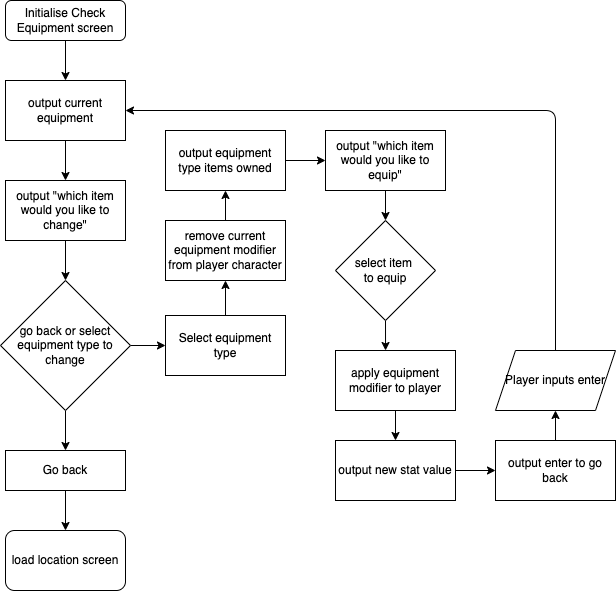
This is Assignment Documents/Flowgrams/AttachableItems.png from AshfordGraye/ProjectRPG, a draw.io export, as it was before one commit. Source tidied: cells renumbered, new cells last; positions are measured from the earlier drawing's top-left corner, leaving out a move shared by most shapes. Its diagram source:
```xml
<mxGraphModel>
  <root>
    <mxCell id="0" />
    <mxCell id="1" parent="0" />
    <mxCell id="2" style="edgeStyle=none;html=1;exitX=0.5;exitY=1;exitDx=0;exitDy=0;entryX=0.5;entryY=0;entryDx=0;entryDy=0;" parent="1" edge="1" source="3" target="5">
      <mxGeometry relative="1" as="geometry" />
    </mxCell>
    <mxCell id="3" value="Initialise Check Equipment screen" style="rounded=1;whiteSpace=wrap;html=1;" parent="1" vertex="1">
      <mxGeometry x="5" width="120" height="40" as="geometry" />
    </mxCell>
    <mxCell id="4" style="edgeStyle=none;html=1;exitX=0.5;exitY=1;exitDx=0;exitDy=0;entryX=0.5;entryY=0;entryDx=0;entryDy=0;" parent="1" edge="1" source="5" target="17">
      <mxGeometry relative="1" as="geometry" />
    </mxCell>
    <mxCell id="5" value="output current equipment" style="rounded=0;whiteSpace=wrap;html=1;" parent="1" vertex="1">
      <mxGeometry x="5" y="80" width="120" height="60" as="geometry" />
    </mxCell>
    <mxCell id="6" style="edgeStyle=none;html=1;exitX=0.5;exitY=1;exitDx=0;exitDy=0;entryX=0.5;entryY=0;entryDx=0;entryDy=0;" parent="1" edge="1" source="8" target="10">
      <mxGeometry relative="1" as="geometry" />
    </mxCell>
    <mxCell id="7" style="edgeStyle=none;html=1;exitX=1;exitY=0.5;exitDx=0;exitDy=0;entryX=0;entryY=0.5;entryDx=0;entryDy=0;" parent="1" edge="1" source="8" target="13">
      <mxGeometry relative="1" as="geometry" />
    </mxCell>
    <mxCell id="8" value="go back or select&lt;br&gt;equipment type to&lt;br&gt;change" style="rhombus;whiteSpace=wrap;html=1;" parent="1" vertex="1">
      <mxGeometry y="280" width="130" height="130" as="geometry" />
    </mxCell>
    <mxCell id="9" style="edgeStyle=none;html=1;exitX=0.5;exitY=1;exitDx=0;exitDy=0;entryX=0.5;entryY=0;entryDx=0;entryDy=0;" parent="1" edge="1" source="10" target="11">
      <mxGeometry relative="1" as="geometry" />
    </mxCell>
    <mxCell id="10" value="Go back" style="rounded=0;whiteSpace=wrap;html=1;" parent="1" vertex="1">
      <mxGeometry x="5" y="450" width="120" height="40" as="geometry" />
    </mxCell>
    <mxCell id="11" value="load location screen" style="rounded=1;whiteSpace=wrap;html=1;" parent="1" vertex="1">
      <mxGeometry x="5" y="530" width="120" height="60" as="geometry" />
    </mxCell>
    <mxCell id="12" style="edgeStyle=none;html=1;exitX=0.5;exitY=0;exitDx=0;exitDy=0;entryX=0.5;entryY=1;entryDx=0;entryDy=0;" parent="1" edge="1" source="13" target="19">
      <mxGeometry relative="1" as="geometry" />
    </mxCell>
    <mxCell id="13" value="Select equipment type" style="rounded=0;whiteSpace=wrap;html=1;" parent="1" vertex="1">
      <mxGeometry x="165" y="315" width="120" height="60" as="geometry" />
    </mxCell>
    <mxCell id="14" style="edgeStyle=none;html=1;exitX=1;exitY=0.5;exitDx=0;exitDy=0;entryX=0;entryY=0.5;entryDx=0;entryDy=0;" parent="1" edge="1" source="15" target="21">
      <mxGeometry relative="1" as="geometry" />
    </mxCell>
    <mxCell id="15" value="output equipment type items owned" style="rounded=0;whiteSpace=wrap;html=1;" parent="1" vertex="1">
      <mxGeometry x="165" y="130" width="120" height="60" as="geometry" />
    </mxCell>
    <mxCell id="16" style="edgeStyle=none;html=1;exitX=0.5;exitY=1;exitDx=0;exitDy=0;entryX=0.5;entryY=0;entryDx=0;entryDy=0;" parent="1" edge="1" source="17" target="8">
      <mxGeometry relative="1" as="geometry" />
    </mxCell>
    <mxCell id="17" value="output &quot;which item would you like to change&quot;" style="rounded=0;whiteSpace=wrap;html=1;" parent="1" vertex="1">
      <mxGeometry x="5" y="180" width="120" height="60" as="geometry" />
    </mxCell>
    <mxCell id="18" style="edgeStyle=none;html=1;exitX=0.5;exitY=0;exitDx=0;exitDy=0;entryX=0.5;entryY=1;entryDx=0;entryDy=0;" parent="1" edge="1" source="19" target="15">
      <mxGeometry relative="1" as="geometry" />
    </mxCell>
    <mxCell id="19" value="remove current equipment modifier from player character" style="rounded=0;whiteSpace=wrap;html=1;" parent="1" vertex="1">
      <mxGeometry x="165" y="220" width="120" height="60" as="geometry" />
    </mxCell>
    <mxCell id="20" style="edgeStyle=none;html=1;exitX=0.5;exitY=1;exitDx=0;exitDy=0;entryX=0.5;entryY=0;entryDx=0;entryDy=0;" parent="1" edge="1" source="21" target="23">
      <mxGeometry relative="1" as="geometry" />
    </mxCell>
    <mxCell id="21" value="output &quot;which item would you like to equip&quot;" style="rounded=0;whiteSpace=wrap;html=1;" parent="1" vertex="1">
      <mxGeometry x="325" y="130" width="120" height="60" as="geometry" />
    </mxCell>
    <mxCell id="22" style="edgeStyle=none;html=1;exitX=0.5;exitY=1;exitDx=0;exitDy=0;entryX=0.417;entryY=0;entryDx=0;entryDy=0;entryPerimeter=0;" parent="1" edge="1" source="23" target="25">
      <mxGeometry relative="1" as="geometry" />
    </mxCell>
    <mxCell id="23" value="select item &lt;br&gt;to equip" style="rhombus;whiteSpace=wrap;html=1;" parent="1" vertex="1">
      <mxGeometry x="335" y="220" width="100" height="100" as="geometry" />
    </mxCell>
    <mxCell id="24" style="edgeStyle=none;html=1;" parent="1" edge="1" source="25" target="27">
      <mxGeometry relative="1" as="geometry" />
    </mxCell>
    <mxCell id="25" value="apply equipment modifier to player" style="rounded=0;whiteSpace=wrap;html=1;" parent="1" vertex="1">
      <mxGeometry x="335" y="350" width="120" height="60" as="geometry" />
    </mxCell>
    <mxCell id="26" style="edgeStyle=none;html=1;" parent="1" edge="1" source="27" target="29">
      <mxGeometry relative="1" as="geometry" />
    </mxCell>
    <mxCell id="27" value="output new stat value" style="rounded=0;whiteSpace=wrap;html=1;" parent="1" vertex="1">
      <mxGeometry x="335" y="440" width="120" height="60" as="geometry" />
    </mxCell>
    <mxCell id="28" style="edgeStyle=none;html=1;" parent="1" edge="1" source="29" target="31">
      <mxGeometry relative="1" as="geometry" />
    </mxCell>
    <mxCell id="29" value="output enter to go back" style="rounded=0;whiteSpace=wrap;html=1;" parent="1" vertex="1">
      <mxGeometry x="495" y="440" width="120" height="60" as="geometry" />
    </mxCell>
    <mxCell id="30" style="edgeStyle=none;html=1;exitX=0.5;exitY=0;exitDx=0;exitDy=0;entryX=1;entryY=0.5;entryDx=0;entryDy=0;" parent="1" edge="1" source="31" target="5">
      <mxGeometry relative="1" as="geometry">
        <Array as="points">
          <mxPoint x="555" y="110" />
        </Array>
      </mxGeometry>
    </mxCell>
    <mxCell id="31" value="Player inputs enter" style="shape=parallelogram;perimeter=parallelogramPerimeter;whiteSpace=wrap;html=1;fixedSize=1;" parent="1" vertex="1">
      <mxGeometry x="495" y="350" width="120" height="60" as="geometry" />
    </mxCell>
  </root>
</mxGraphModel>
```
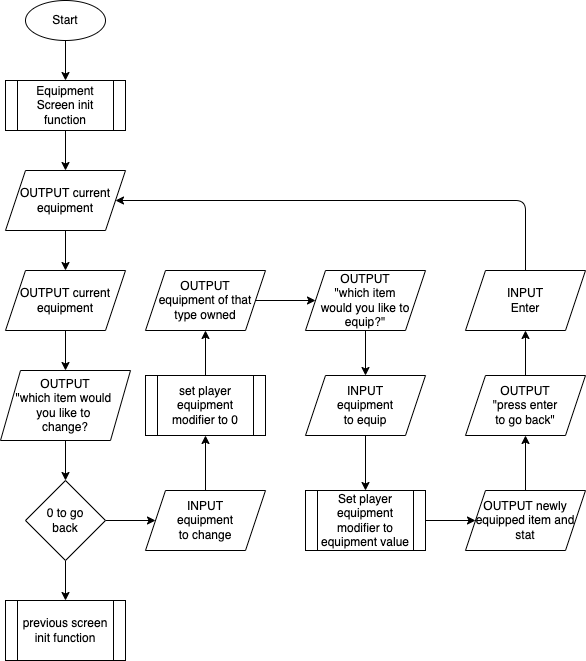
The same file after the commit.

Commit message:
Battle System and attachable item flowcharts complete

The edit, as a diff of the source:
```diff
@@ -2,99 +2,105 @@
   <root>
     <mxCell id="0" />
     <mxCell id="1" parent="0" />
-    <mxCell id="2" style="edgeStyle=none;html=1;exitX=0.5;exitY=1;exitDx=0;exitDy=0;entryX=0.5;entryY=0;entryDx=0;entryDy=0;" parent="1" edge="1" source="3" target="5">
-      <mxGeometry relative="1" as="geometry" />
-    </mxCell>
-    <mxCell id="3" value="Initialise Check Equipment screen" style="rounded=1;whiteSpace=wrap;html=1;" parent="1" vertex="1">
-      <mxGeometry x="5" width="120" height="40" as="geometry" />
-    </mxCell>
-    <mxCell id="4" style="edgeStyle=none;html=1;exitX=0.5;exitY=1;exitDx=0;exitDy=0;entryX=0.5;entryY=0;entryDx=0;entryDy=0;" parent="1" edge="1" source="5" target="17">
-      <mxGeometry relative="1" as="geometry" />
-    </mxCell>
-    <mxCell id="5" value="output current equipment" style="rounded=0;whiteSpace=wrap;html=1;" parent="1" vertex="1">
-      <mxGeometry x="5" y="80" width="120" height="60" as="geometry" />
-    </mxCell>
-    <mxCell id="6" style="edgeStyle=none;html=1;exitX=0.5;exitY=1;exitDx=0;exitDy=0;entryX=0.5;entryY=0;entryDx=0;entryDy=0;" parent="1" edge="1" source="8" target="10">
-      <mxGeometry relative="1" as="geometry" />
-    </mxCell>
-    <mxCell id="7" style="edgeStyle=none;html=1;exitX=1;exitY=0.5;exitDx=0;exitDy=0;entryX=0;entryY=0.5;entryDx=0;entryDy=0;" parent="1" edge="1" source="8" target="13">
-      <mxGeometry relative="1" as="geometry" />
-    </mxCell>
-    <mxCell id="8" value="go back or select&lt;br&gt;equipment type to&lt;br&gt;change" style="rhombus;whiteSpace=wrap;html=1;" parent="1" vertex="1">
-      <mxGeometry y="280" width="130" height="130" as="geometry" />
-    </mxCell>
-    <mxCell id="9" style="edgeStyle=none;html=1;exitX=0.5;exitY=1;exitDx=0;exitDy=0;entryX=0.5;entryY=0;entryDx=0;entryDy=0;" parent="1" edge="1" source="10" target="11">
-      <mxGeometry relative="1" as="geometry" />
-    </mxCell>
-    <mxCell id="10" value="Go back" style="rounded=0;whiteSpace=wrap;html=1;" parent="1" vertex="1">
-      <mxGeometry x="5" y="450" width="120" height="40" as="geometry" />
-    </mxCell>
-    <mxCell id="11" value="load location screen" style="rounded=1;whiteSpace=wrap;html=1;" parent="1" vertex="1">
-      <mxGeometry x="5" y="530" width="120" height="60" as="geometry" />
-    </mxCell>
-    <mxCell id="12" style="edgeStyle=none;html=1;exitX=0.5;exitY=0;exitDx=0;exitDy=0;entryX=0.5;entryY=1;entryDx=0;entryDy=0;" parent="1" edge="1" source="13" target="19">
-      <mxGeometry relative="1" as="geometry" />
-    </mxCell>
-    <mxCell id="13" value="Select equipment type" style="rounded=0;whiteSpace=wrap;html=1;" parent="1" vertex="1">
-      <mxGeometry x="165" y="315" width="120" height="60" as="geometry" />
-    </mxCell>
-    <mxCell id="14" style="edgeStyle=none;html=1;exitX=1;exitY=0.5;exitDx=0;exitDy=0;entryX=0;entryY=0.5;entryDx=0;entryDy=0;" parent="1" edge="1" source="15" target="21">
-      <mxGeometry relative="1" as="geometry" />
-    </mxCell>
-    <mxCell id="15" value="output equipment type items owned" style="rounded=0;whiteSpace=wrap;html=1;" parent="1" vertex="1">
-      <mxGeometry x="165" y="130" width="120" height="60" as="geometry" />
-    </mxCell>
-    <mxCell id="16" style="edgeStyle=none;html=1;exitX=0.5;exitY=1;exitDx=0;exitDy=0;entryX=0.5;entryY=0;entryDx=0;entryDy=0;" parent="1" edge="1" source="17" target="8">
-      <mxGeometry relative="1" as="geometry" />
-    </mxCell>
-    <mxCell id="17" value="output &quot;which item would you like to change&quot;" style="rounded=0;whiteSpace=wrap;html=1;" parent="1" vertex="1">
-      <mxGeometry x="5" y="180" width="120" height="60" as="geometry" />
-    </mxCell>
-    <mxCell id="18" style="edgeStyle=none;html=1;exitX=0.5;exitY=0;exitDx=0;exitDy=0;entryX=0.5;entryY=1;entryDx=0;entryDy=0;" parent="1" edge="1" source="19" target="15">
-      <mxGeometry relative="1" as="geometry" />
-    </mxCell>
-    <mxCell id="19" value="remove current equipment modifier from player character" style="rounded=0;whiteSpace=wrap;html=1;" parent="1" vertex="1">
-      <mxGeometry x="165" y="220" width="120" height="60" as="geometry" />
-    </mxCell>
-    <mxCell id="20" style="edgeStyle=none;html=1;exitX=0.5;exitY=1;exitDx=0;exitDy=0;entryX=0.5;entryY=0;entryDx=0;entryDy=0;" parent="1" edge="1" source="21" target="23">
-      <mxGeometry relative="1" as="geometry" />
-    </mxCell>
-    <mxCell id="21" value="output &quot;which item would you like to equip&quot;" style="rounded=0;whiteSpace=wrap;html=1;" parent="1" vertex="1">
-      <mxGeometry x="325" y="130" width="120" height="60" as="geometry" />
-    </mxCell>
-    <mxCell id="22" style="edgeStyle=none;html=1;exitX=0.5;exitY=1;exitDx=0;exitDy=0;entryX=0.417;entryY=0;entryDx=0;entryDy=0;entryPerimeter=0;" parent="1" edge="1" source="23" target="25">
-      <mxGeometry relative="1" as="geometry" />
-    </mxCell>
-    <mxCell id="23" value="select item &lt;br&gt;to equip" style="rhombus;whiteSpace=wrap;html=1;" parent="1" vertex="1">
-      <mxGeometry x="335" y="220" width="100" height="100" as="geometry" />
-    </mxCell>
-    <mxCell id="24" style="edgeStyle=none;html=1;" parent="1" edge="1" source="25" target="27">
-      <mxGeometry relative="1" as="geometry" />
-    </mxCell>
-    <mxCell id="25" value="apply equipment modifier to player" style="rounded=0;whiteSpace=wrap;html=1;" parent="1" vertex="1">
-      <mxGeometry x="335" y="350" width="120" height="60" as="geometry" />
-    </mxCell>
-    <mxCell id="26" style="edgeStyle=none;html=1;" parent="1" edge="1" source="27" target="29">
-      <mxGeometry relative="1" as="geometry" />
-    </mxCell>
-    <mxCell id="27" value="output new stat value" style="rounded=0;whiteSpace=wrap;html=1;" parent="1" vertex="1">
-      <mxGeometry x="335" y="440" width="120" height="60" as="geometry" />
-    </mxCell>
-    <mxCell id="28" style="edgeStyle=none;html=1;" parent="1" edge="1" source="29" target="31">
-      <mxGeometry relative="1" as="geometry" />
-    </mxCell>
-    <mxCell id="29" value="output enter to go back" style="rounded=0;whiteSpace=wrap;html=1;" parent="1" vertex="1">
-      <mxGeometry x="495" y="440" width="120" height="60" as="geometry" />
-    </mxCell>
-    <mxCell id="30" style="edgeStyle=none;html=1;exitX=0.5;exitY=0;exitDx=0;exitDy=0;entryX=1;entryY=0.5;entryDx=0;entryDy=0;" parent="1" edge="1" source="31" target="5">
-      <mxGeometry relative="1" as="geometry">
-        <Array as="points">
-          <mxPoint x="555" y="110" />
-        </Array>
-      </mxGeometry>
-    </mxCell>
-    <mxCell id="31" value="Player inputs enter" style="shape=parallelogram;perimeter=parallelogramPerimeter;whiteSpace=wrap;html=1;fixedSize=1;" parent="1" vertex="1">
-      <mxGeometry x="495" y="350" width="120" height="60" as="geometry" />
-    </mxCell>
+    <mxCell id="32" style="edgeStyle=none;html=1;exitX=0.5;exitY=1;exitDx=0;exitDy=0;entryX=0.5;entryY=0;entryDx=0;entryDy=0;" parent="1" edge="1" source="33" target="35">
+      <mxGeometry relative="1" as="geometry" />
+    </mxCell>
+    <mxCell id="33" value="Start" style="ellipse;whiteSpace=wrap;html=1;" parent="1" vertex="1">
+      <mxGeometry x="5" width="80" height="40" as="geometry" />
+    </mxCell>
+    <mxCell id="34" style="edgeStyle=none;html=1;exitX=0.5;exitY=1;exitDx=0;exitDy=0;entryX=0.5;entryY=0;entryDx=0;entryDy=0;" parent="1" edge="1" source="35" target="37">
+      <mxGeometry relative="1" as="geometry" />
+    </mxCell>
+    <mxCell id="35" value="Equipment Screen init function" style="shape=process;whiteSpace=wrap;html=1;backgroundOutline=1;" parent="1" vertex="1">
+      <mxGeometry x="-15" y="80" width="120" height="50" as="geometry" />
+    </mxCell>
+    <mxCell id="36" style="edgeStyle=none;html=1;exitX=0.5;exitY=1;exitDx=0;exitDy=0;entryX=0.5;entryY=0;entryDx=0;entryDy=0;" parent="1" edge="1" source="37" target="39">
+      <mxGeometry relative="1" as="geometry" />
+    </mxCell>
+    <mxCell id="37" value="OUTPUT current equipment" style="shape=parallelogram;perimeter=parallelogramPerimeter;whiteSpace=wrap;html=1;fixedSize=1;" parent="1" vertex="1">
+      <mxGeometry x="-15" y="170" width="120" height="60" as="geometry" />
+    </mxCell>
+    <mxCell id="38" style="edgeStyle=none;html=1;exitX=0.5;exitY=1;exitDx=0;exitDy=0;entryX=0.5;entryY=0;entryDx=0;entryDy=0;" parent="1" edge="1" source="39" target="41">
+      <mxGeometry relative="1" as="geometry" />
+    </mxCell>
+    <mxCell id="39" value="OUTPUT current equipment" style="shape=parallelogram;perimeter=parallelogramPerimeter;whiteSpace=wrap;html=1;fixedSize=1;" parent="1" vertex="1">
+      <mxGeometry x="-15" y="270" width="120" height="60" as="geometry" />
+    </mxCell>
+    <mxCell id="40" style="edgeStyle=none;html=1;exitX=0.5;exitY=1;exitDx=0;exitDy=0;entryX=0.5;entryY=0;entryDx=0;entryDy=0;" parent="1" edge="1" source="41" target="44">
+      <mxGeometry relative="1" as="geometry" />
+    </mxCell>
+    <mxCell id="41" value="OUTPUT&lt;br&gt;&quot;which item would &lt;br&gt;you like to &lt;br&gt;change?" style="shape=parallelogram;perimeter=parallelogramPerimeter;whiteSpace=wrap;html=1;fixedSize=1;" parent="1" vertex="1">
+      <mxGeometry x="-20" y="370" width="130" height="70" as="geometry" />
+    </mxCell>
+    <mxCell id="42" style="edgeStyle=none;html=1;exitX=0.5;exitY=1;exitDx=0;exitDy=0;entryX=0.5;entryY=0;entryDx=0;entryDy=0;" parent="1" edge="1" source="44" target="45">
+      <mxGeometry relative="1" as="geometry" />
+    </mxCell>
+    <mxCell id="43" style="edgeStyle=none;html=1;exitX=1;exitY=0.5;exitDx=0;exitDy=0;" parent="1" edge="1" source="44" target="47">
+      <mxGeometry relative="1" as="geometry" />
+    </mxCell>
+    <mxCell id="44" value="0 to go&lt;br&gt;back" style="rhombus;whiteSpace=wrap;html=1;" parent="1" vertex="1">
+      <mxGeometry x="5" y="480" width="80" height="80" as="geometry" />
+    </mxCell>
+    <mxCell id="45" value="previous screen init function" style="shape=process;whiteSpace=wrap;html=1;backgroundOutline=1;" parent="1" vertex="1">
+      <mxGeometry x="-15" y="600" width="120" height="60" as="geometry" />
+    </mxCell>
+    <mxCell id="46" style="edgeStyle=none;html=1;exitX=0.5;exitY=0;exitDx=0;exitDy=0;entryX=0.5;entryY=1;entryDx=0;entryDy=0;" parent="1" edge="1" source="47" target="49">
+      <mxGeometry relative="1" as="geometry" />
+    </mxCell>
+    <mxCell id="47" value="INPUT&lt;br&gt;equipment&lt;br&gt;to change" style="shape=parallelogram;perimeter=parallelogramPerimeter;whiteSpace=wrap;html=1;fixedSize=1;" parent="1" vertex="1">
+      <mxGeometry x="125" y="490" width="120" height="60" as="geometry" />
+    </mxCell>
+    <mxCell id="48" style="edgeStyle=none;html=1;exitX=0.5;exitY=0;exitDx=0;exitDy=0;entryX=0.5;entryY=1;entryDx=0;entryDy=0;" parent="1" edge="1" source="49" target="51">
+      <mxGeometry relative="1" as="geometry" />
+    </mxCell>
+    <mxCell id="49" value="set player equipment modifier to 0" style="shape=process;whiteSpace=wrap;html=1;backgroundOutline=1;" parent="1" vertex="1">
+      <mxGeometry x="125" y="375" width="120" height="60" as="geometry" />
+    </mxCell>
+    <mxCell id="50" style="edgeStyle=none;html=1;exitX=1;exitY=0.5;exitDx=0;exitDy=0;entryX=0;entryY=0.5;entryDx=0;entryDy=0;" parent="1" edge="1" source="51" target="53">
+      <mxGeometry relative="1" as="geometry" />
+    </mxCell>
+    <mxCell id="51" value="OUTPUT&lt;br&gt;equipment of that type owned" style="shape=parallelogram;perimeter=parallelogramPerimeter;whiteSpace=wrap;html=1;fixedSize=1;" parent="1" vertex="1">
+      <mxGeometry x="125" y="270" width="120" height="60" as="geometry" />
+    </mxCell>
+    <mxCell id="52" style="edgeStyle=none;html=1;exitX=0.5;exitY=1;exitDx=0;exitDy=0;entryX=0.5;entryY=0;entryDx=0;entryDy=0;" parent="1" edge="1" source="53" target="55">
+      <mxGeometry relative="1" as="geometry" />
+    </mxCell>
+    <mxCell id="53" value="OUTPUT&lt;br&gt;&quot;which item&lt;br&gt;would you like to equip?&quot;" style="shape=parallelogram;perimeter=parallelogramPerimeter;whiteSpace=wrap;html=1;fixedSize=1;" parent="1" vertex="1">
+      <mxGeometry x="285" y="270" width="120" height="60" as="geometry" />
+    </mxCell>
+    <mxCell id="54" style="edgeStyle=none;html=1;exitX=0.5;exitY=1;exitDx=0;exitDy=0;entryX=0.5;entryY=0;entryDx=0;entryDy=0;" parent="1" edge="1" source="55" target="57">
+      <mxGeometry relative="1" as="geometry" />
+    </mxCell>
+    <mxCell id="55" value="INPUT&lt;br&gt;equipment&lt;br&gt;to equip" style="shape=parallelogram;perimeter=parallelogramPerimeter;whiteSpace=wrap;html=1;fixedSize=1;" parent="1" vertex="1">
+      <mxGeometry x="285" y="375" width="120" height="60" as="geometry" />
+    </mxCell>
+    <mxCell id="56" style="edgeStyle=none;html=1;exitX=1;exitY=0.5;exitDx=0;exitDy=0;entryX=0;entryY=0.5;entryDx=0;entryDy=0;" parent="1" edge="1" source="57" target="59">
+      <mxGeometry relative="1" as="geometry" />
+    </mxCell>
+    <mxCell id="57" value="Set player equipment modifier to equipment value" style="shape=process;whiteSpace=wrap;html=1;backgroundOutline=1;" parent="1" vertex="1">
+      <mxGeometry x="285" y="490" width="120" height="60" as="geometry" />
+    </mxCell>
+    <mxCell id="58" style="edgeStyle=none;html=1;exitX=0.5;exitY=0;exitDx=0;exitDy=0;entryX=0.5;entryY=1;entryDx=0;entryDy=0;" parent="1" edge="1" source="59" target="61">
+      <mxGeometry relative="1" as="geometry" />
+    </mxCell>
+    <mxCell id="59" value="OUTPUT newly equipped item and stat" style="shape=parallelogram;perimeter=parallelogramPerimeter;whiteSpace=wrap;html=1;fixedSize=1;" parent="1" vertex="1">
+      <mxGeometry x="445" y="490" width="120" height="60" as="geometry" />
+    </mxCell>
+    <mxCell id="60" style="edgeStyle=none;html=1;exitX=0.5;exitY=0;exitDx=0;exitDy=0;entryX=0.5;entryY=1;entryDx=0;entryDy=0;" parent="1" edge="1" source="61" target="63">
+      <mxGeometry relative="1" as="geometry" />
+    </mxCell>
+    <mxCell id="61" value="OUTPUT&lt;br&gt;&quot;press enter&lt;br&gt;to go back&quot;" style="shape=parallelogram;perimeter=parallelogramPerimeter;whiteSpace=wrap;html=1;fixedSize=1;" parent="1" vertex="1">
+      <mxGeometry x="445" y="375" width="120" height="60" as="geometry" />
+    </mxCell>
+    <mxCell id="62" style="edgeStyle=none;html=1;exitX=0.5;exitY=0;exitDx=0;exitDy=0;entryX=1;entryY=0.5;entryDx=0;entryDy=0;" parent="1" edge="1" source="63" target="37">
+      <mxGeometry relative="1" as="geometry">
+        <Array as="points">
+          <mxPoint x="505" y="200" />
+        </Array>
+      </mxGeometry>
+    </mxCell>
+    <mxCell id="63" value="INPUT&lt;br&gt;Enter" style="shape=parallelogram;perimeter=parallelogramPerimeter;whiteSpace=wrap;html=1;fixedSize=1;" parent="1" vertex="1">
+      <mxGeometry x="445" y="270" width="120" height="60" as="geometry" />
+    </mxCell>
   </root>
 </mxGraphModel>
```
